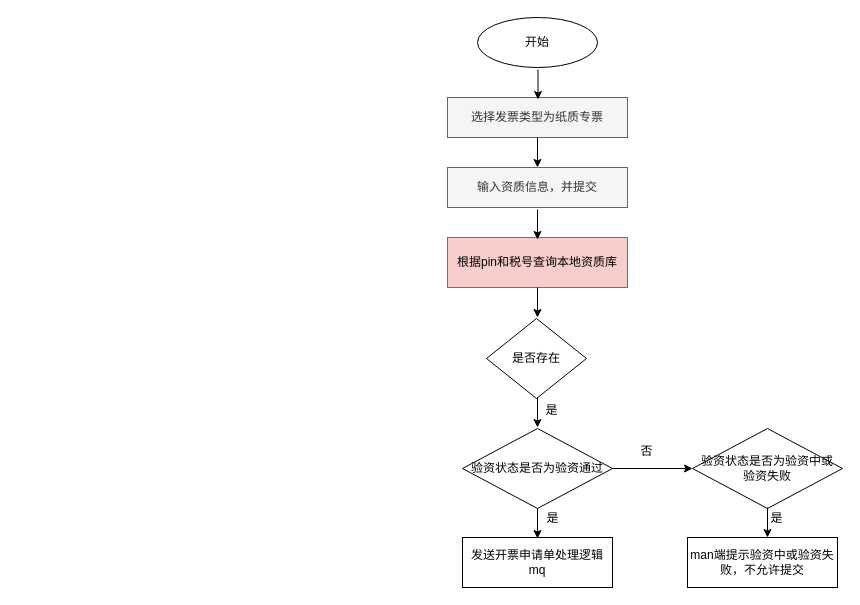
This is C票验资逻辑.drawio from baiymfkese/doc, a draw.io file, before an edit. Source tidied: cells renumbered, new cells numbered last; positions are measured from the earlier drawing's top-left corner, leaving out a move shared by most shapes. Both pictures are drawn from the tidied source at 100%, with x=0, y=0 at pixel (447, 17).
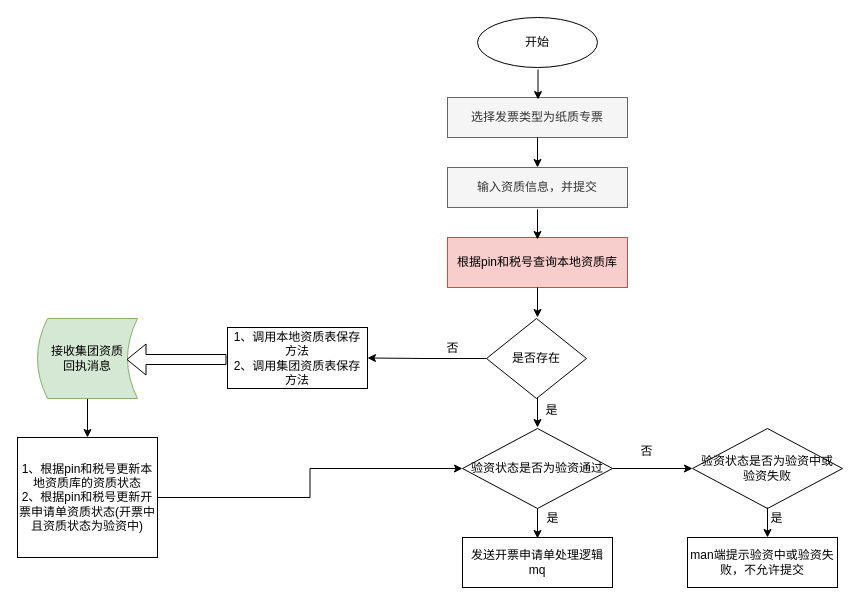
The same page after the edit.

Commit message (it also covers changes not shown here):
Update C票验资逻辑.drawio

The change refers to these unchanged cells:
```xml
<mxCell id="6" value="是否存在" style="rhombus;whiteSpace=wrap;html=1;" parent="1" vertex="1">
  <mxGeometry x="39" y="301" width="100" height="80" as="geometry" />
</mxCell>
<mxCell id="8" value="验资状态是否为验资通过" style="rhombus;whiteSpace=wrap;html=1;" parent="1" vertex="1">
  <mxGeometry x="15" y="411" width="150" height="80" as="geometry" />
</mxCell>
```

What changed in the source:
```diff
@@
+    <mxCell id="23" style="edgeStyle=orthogonalEdgeStyle;rounded=0;jettySize=auto;html=1;entryX=1;entryY=0.5;entryDx=0;entryDy=0;" parent="1" edge="1" source="6" target="24">
+      <mxGeometry relative="1" as="geometry" />
+    </mxCell>
@@
+    <mxCell id="24" value="1、调用本地资质表保存方法&lt;br&gt;2、调用集团资质表保存方法" style="rounded=0;whiteSpace=wrap;html=1;" parent="1" vertex="1">
+      <mxGeometry x="-220" y="310" width="140" height="61" as="geometry" />
+    </mxCell>
+    <mxCell id="25" value="否" style="text;html=1;strokeColor=none;fillColor=none;align=center;verticalAlign=middle;whiteSpace=wrap;rounded=0;" parent="1" vertex="1">
+      <mxGeometry x="-4" y="321" width="19" height="20" as="geometry" />
+    </mxCell>
+    <mxCell id="26" style="edgeStyle=orthogonalEdgeStyle;rounded=0;jettySize=auto;html=1;entryX=0;entryY=0.5;entryDx=0;entryDy=0;" parent="1" edge="1" source="27" target="8">
+      <mxGeometry relative="1" as="geometry" />
+    </mxCell>
+    <mxCell id="27" value="1、根据pin和税号更新本地资质库的资质状态&lt;br&gt;2、根据pin和税号更新开票申请单资质状态(开票中且资质状态为验资中)" style="rounded=0;whiteSpace=wrap;html=1;" parent="1" vertex="1">
+      <mxGeometry x="-430" y="420" width="140" height="120" as="geometry" />
+    </mxCell>
+    <mxCell id="28" style="edgeStyle=orthogonalEdgeStyle;rounded=0;jettySize=auto;html=1;" parent="1" edge="1" source="29" target="27">
+      <mxGeometry relative="1" as="geometry" />
+    </mxCell>
+    <mxCell id="29" value="接收集团资质&lt;br&gt;回执消息" style="shape=dataStorage;whiteSpace=wrap;html=1;fillColor=#d5e8d4;strokeColor=#82b366;" parent="1" vertex="1">
+      <mxGeometry x="-410" y="301" width="100" height="80" as="geometry" />
+    </mxCell>
+    <mxCell id="30" style="shape=flexArrow;endArrow=classic;html=1;" parent="1" edge="1">
+      <mxGeometry relative="1" as="geometry">
+        <mxPoint x="-221" y="342" as="sourcePoint" />
+        <mxPoint x="-321" y="342" as="targetPoint" />
+      </mxGeometry>
+    </mxCell>
```
